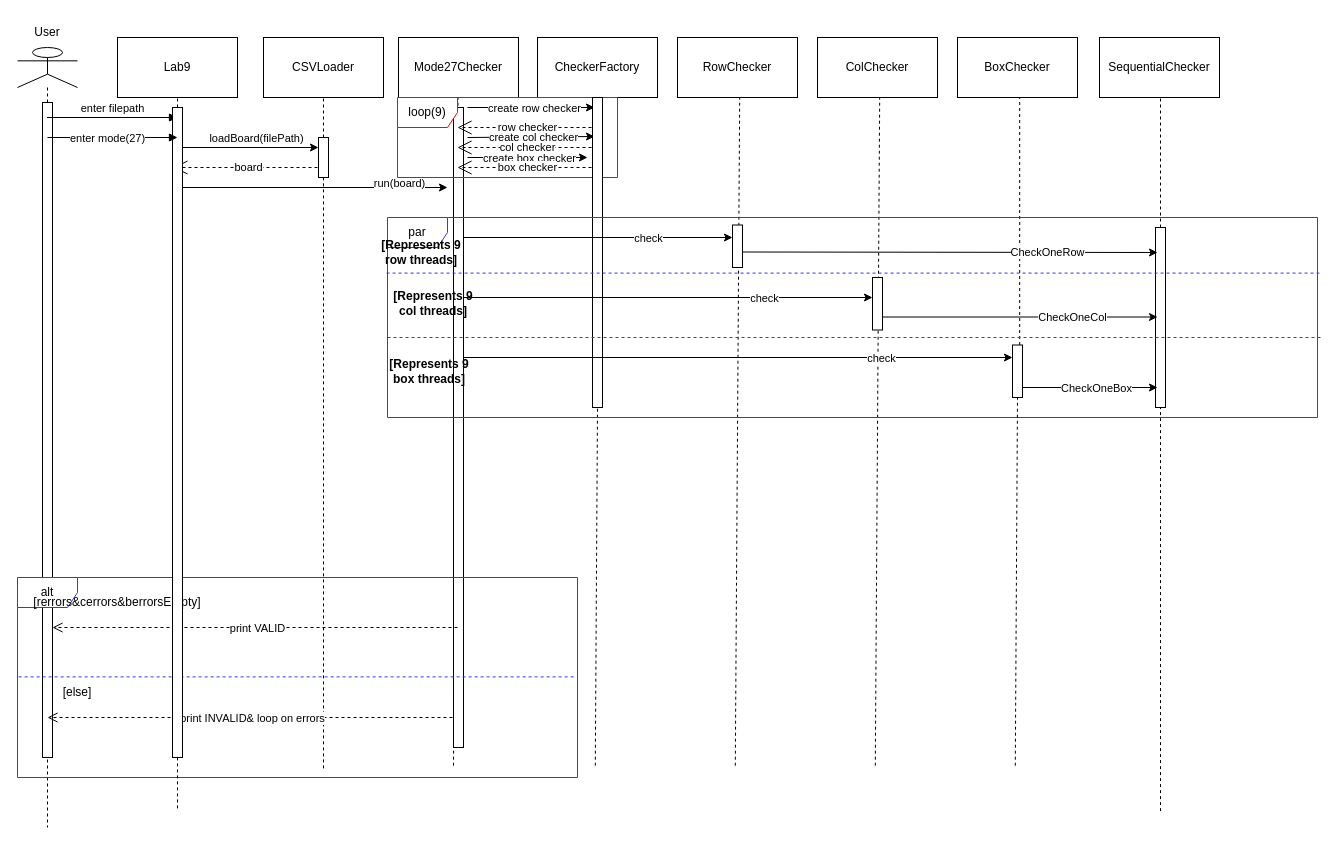
asmaa580/Lab9 keeps this draw.io diagram as mode27.drawio. Above is the earlier version. Source tidied: cells renumbered, new cells numbered last; positions are measured from the earlier drawing's top-left corner, leaving out a move shared by most shapes. Both pictures are drawn from the tidied source at 100%, with x=0, y=0 at pixel (17, 17).
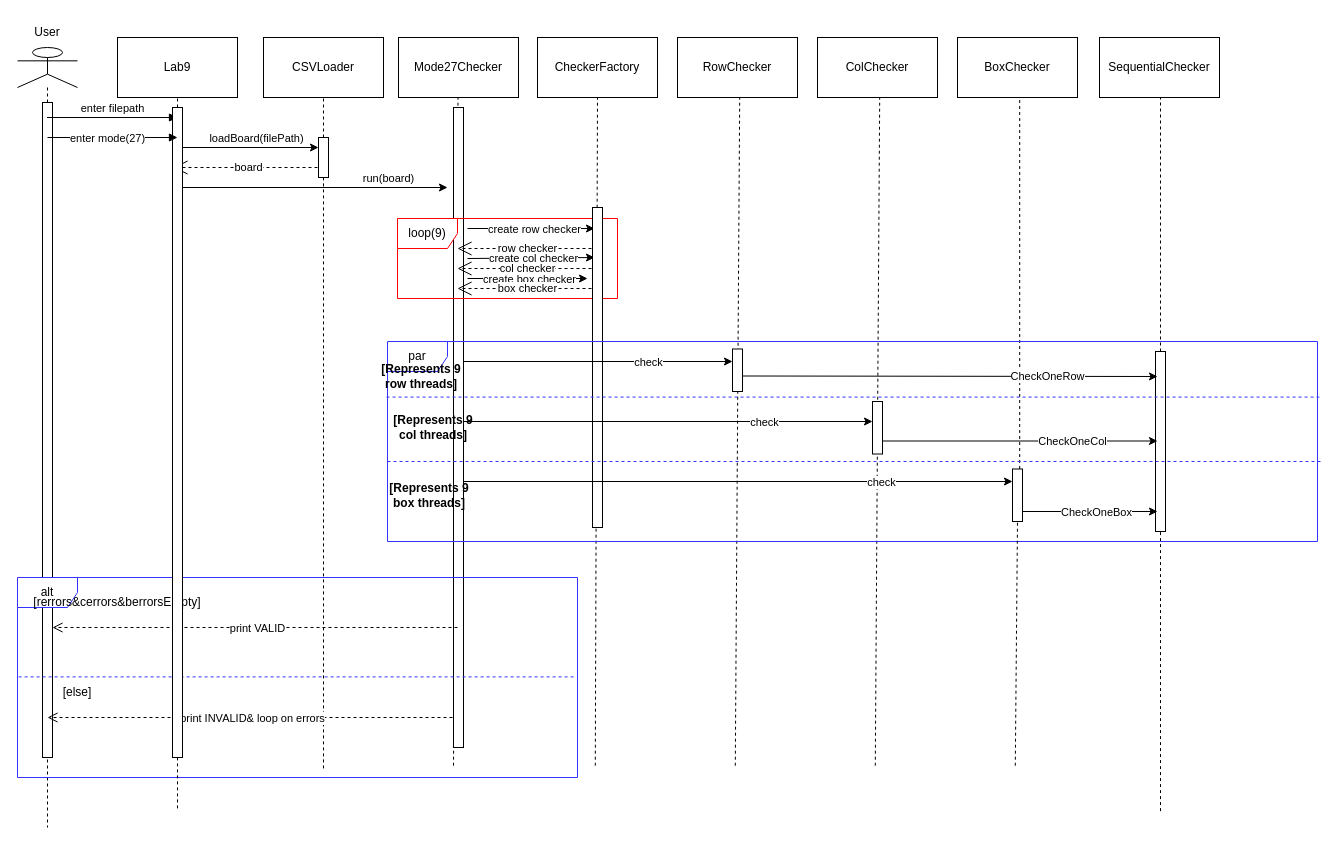
After the change.

Unchanged cells that the change refers to:
```xml
<mxCell id="8" style="endArrow=classic;html=1;rounded=0;" parent="1" edge="1">
  <mxGeometry relative="1" as="geometry">
    <mxPoint x="160" y="170" as="sourcePoint" />
    <mxPoint x="430" y="170" as="targetPoint" />
  </mxGeometry>
</mxCell>
<mxCell id="33" value="CheckerFactory" style="rounded=0;whiteSpace=wrap;html=1;" parent="1" vertex="1">
  <mxGeometry x="520" y="20" width="120" height="60" as="geometry" />
</mxCell>
```

The edit, as a diff of the source:
```diff
@@
     <mxCell id="9" value="run(board)" style="edgeLabel;html=1;align=center;verticalAlign=middle;" parent="8" vertex="1">
       <mxGeometry x="0.49" y="1" relative="1" as="geometry">
-        <mxPoint x="20" y="-4" as="offset" />
+        <mxPoint x="9" y="-9" as="offset" />
       </mxGeometry>
     </mxCell>
@@
     <mxCell id="32" style="html=1;points=[[0,0,0,0,5],[0,1,0,0,-5],[1,0,0,0,5],[1,1,0,0,-5]];perimeter=orthogonalPerimeter;outlineConnect=0;targetShapes=umlLifeline;portConstraint=eastwest;newEdgeStyle={&quot;curved&quot;:0,&quot;rounded&quot;:0};" parent="1" vertex="1">
-      <mxGeometry x="1138" y="210" width="10" height="180" as="geometry" />
+      <mxGeometry x="1138" y="334" width="10" height="180" as="geometry" />
     </mxCell>
@@
-    <mxCell id="37" style="endArrow=none;dashed=1;html=1;rounded=0;entryX=0.5;entryY=1;entryDx=0;entryDy=0;" parent="1" edge="1" source="52">
+    <mxCell id="37" style="endArrow=none;dashed=1;html=1;rounded=0;entryX=0.5;entryY=1;entryDx=0;entryDy=0;" parent="1" edge="1">
       <mxGeometry relative="1" as="geometry">
-        <mxPoint x="582.2" y="80" as="targetPoint" />
+        <mxPoint x="582.2" y="201" as="sourcePoint" />
+        <mxPoint x="582.2" y="201" as="targetPoint" />
       </mxGeometry>
     </mxCell>
@@
     <mxCell id="41" style="endArrow=classic;html=1;rounded=0;" parent="1" edge="1">
       <mxGeometry relative="1" as="geometry">
-        <mxPoint x="450" y="90" as="sourcePoint" />
-        <mxPoint x="577" y="90" as="targetPoint" />
+        <mxPoint x="450" y="211" as="sourcePoint" />
+        <mxPoint x="577" y="211" as="targetPoint" />
       </mxGeometry>
     </mxCell>
@@
     <mxCell id="43" value="row checker" style="endArrow=open;endSize=12;dashed=1;html=1;rounded=0;" parent="1" edge="1">
       <mxGeometry relative="1" as="geometry">
-        <mxPoint x="580" y="110" as="sourcePoint" />
-        <mxPoint x="440" y="110" as="targetPoint" />
+        <mxPoint x="580" y="231" as="sourcePoint" />
+        <mxPoint x="440" y="231" as="targetPoint" />
       </mxGeometry>
     </mxCell>
     <mxCell id="44" style="endArrow=classic;html=1;rounded=0;" parent="1" edge="1">
       <mxGeometry relative="1" as="geometry">
-        <mxPoint x="450" y="120" as="sourcePoint" />
-        <mxPoint x="577" y="119" as="targetPoint" />
+        <mxPoint x="450" y="241" as="sourcePoint" />
+        <mxPoint x="577" y="240" as="targetPoint" />
       </mxGeometry>
     </mxCell>
@@
     <mxCell id="46" value="col checker" style="endArrow=open;endSize=12;dashed=1;html=1;rounded=0;" parent="1" edge="1">
       <mxGeometry relative="1" as="geometry">
-        <mxPoint x="580" y="130" as="sourcePoint" />
-        <mxPoint x="440" y="130" as="targetPoint" />
+        <mxPoint x="580" y="251" as="sourcePoint" />
+        <mxPoint x="440" y="251" as="targetPoint" />
       </mxGeometry>
     </mxCell>
     <mxCell id="47" style="endArrow=classic;html=1;rounded=0;" parent="1" edge="1">
       <mxGeometry relative="1" as="geometry">
-        <mxPoint x="450" y="140" as="sourcePoint" />
-        <mxPoint x="570" y="140" as="targetPoint" />
+        <mxPoint x="450" y="261" as="sourcePoint" />
+        <mxPoint x="570" y="261" as="targetPoint" />
       </mxGeometry>
     </mxCell>
@@
     <mxCell id="49" value="box checker" style="endArrow=open;endSize=12;dashed=1;html=1;rounded=0;" parent="1" edge="1">
       <mxGeometry relative="1" as="geometry">
-        <mxPoint x="580" y="150" as="sourcePoint" />
-        <mxPoint x="440" y="150" as="targetPoint" />
+        <mxPoint x="580" y="271" as="sourcePoint" />
+        <mxPoint x="440" y="271" as="targetPoint" />
       </mxGeometry>
     </mxCell>
     <mxCell id="50" value="loop(9)" style="shape=umlFrame;whiteSpace=wrap;html=1;strokeColor=#FF0000;" parent="1" vertex="1">
-      <mxGeometry x="380" y="80" width="220" height="80" as="geometry" />
+      <mxGeometry x="380" y="201" width="220" height="80" as="geometry" />
     </mxCell>
-    <mxCell id="51" style="endArrow=none;dashed=1;html=1;rounded=0;entryX=0.5;entryY=1;entryDx=0;entryDy=0;" parent="1" edge="1" target="52">
+    <mxCell id="51" style="endArrow=none;dashed=1;html=1;rounded=0;entryX=0.5;entryY=1;entryDx=0;entryDy=0;" parent="1" edge="1" target="33">
       <mxGeometry relative="1" as="geometry">
         <mxPoint x="577.8" y="748.2" as="sourcePoint" />
       </mxGeometry>
     </mxCell>
     <mxCell id="52" style="html=1;points=[[0,0,0,0,5],[0,1,0,0,-5],[1,0,0,0,5],[1,1,0,0,-5]];perimeter=orthogonalPerimeter;outlineConnect=0;targetShapes=umlLifeline;portConstraint=eastwest;newEdgeStyle={&quot;curved&quot;:0,&quot;rounded&quot;:0};" parent="1" vertex="1">
-      <mxGeometry x="575" y="80" width="10" height="310" as="geometry" />
+      <mxGeometry x="575" y="190" width="10" height="320" as="geometry" />
     </mxCell>
     <mxCell id="53" value="par" style="shape=umlFrame;whiteSpace=wrap;html=1;strokeColor=#3333FF;" parent="1" vertex="1">
-      <mxGeometry x="370" y="200" width="930" height="200" as="geometry" />
+      <mxGeometry x="370" y="324" width="930" height="200" as="geometry" />
     </mxCell>
     <mxCell id="54" style="html=1;perimeter=orthogonalPerimeter;targetShapes=umlLifeline;newEdgeStyle={&quot;curved&quot;:0,&quot;rounded&quot;:0};" parent="1" vertex="1">
-      <mxGeometry x="715" y="207.5" width="10" height="42.5" as="geometry" />
+      <mxGeometry x="715" y="331.5" width="10" height="42.5" as="geometry" />
     </mxCell>
     <mxCell id="55" style="endArrow=classic;html=1;rounded=0;entryX=0;entryY=0;entryDx=0;entryDy=5;entryPerimeter=0;" parent="1" edge="1">
       <mxGeometry relative="1" as="geometry">
-        <mxPoint x="446" y="220" as="sourcePoint" />
-        <mxPoint x="715" y="220" as="targetPoint" />
+        <mxPoint x="446" y="344" as="sourcePoint" />
+        <mxPoint x="715" y="344" as="targetPoint" />
       </mxGeometry>
     </mxCell>
@@
     <mxCell id="57" style="endArrow=classic;html=1;rounded=0;" parent="1" edge="1">
       <mxGeometry relative="1" as="geometry">
-        <mxPoint x="445.5" y="280" as="sourcePoint" />
-        <mxPoint x="855" y="280" as="targetPoint" />
+        <mxPoint x="445.5" y="404" as="sourcePoint" />
+        <mxPoint x="855" y="404" as="targetPoint" />
       </mxGeometry>
     </mxCell>
@@
     <mxCell id="59" style="html=1;perimeter=orthogonalPerimeter;targetShapes=umlLifeline;newEdgeStyle={&quot;curved&quot;:0,&quot;rounded&quot;:0};" parent="1" vertex="1">
-      <mxGeometry x="855" y="260" width="10" height="52.5" as="geometry" />
+      <mxGeometry x="855" y="384" width="10" height="52.5" as="geometry" />
     </mxCell>
@@
     <mxCell id="61" style="html=1;points=[[0,0,0,0,5],[0,1,0,0,-5],[1,0,0,0,5],[1,1,0,0,-5]];perimeter=orthogonalPerimeter;outlineConnect=0;targetShapes=umlLifeline;portConstraint=eastwest;newEdgeStyle={&quot;curved&quot;:0,&quot;rounded&quot;:0};" parent="1" vertex="1">
-      <mxGeometry x="995" y="327.5" width="10" height="52.5" as="geometry" />
+      <mxGeometry x="995" y="451.5" width="10" height="52.5" as="geometry" />
     </mxCell>
     <mxCell id="62" style="endArrow=classic;html=1;rounded=0;" parent="1" edge="1" target="61">
       <mxGeometry relative="1" as="geometry">
-        <mxPoint x="446" y="340" as="sourcePoint" />
+        <mxPoint x="446" y="464" as="sourcePoint" />
       </mxGeometry>
     </mxCell>
@@
     <mxCell id="64" style="endArrow=classic;html=1;rounded=0;" parent="1" edge="1">
       <mxGeometry relative="1" as="geometry">
-        <mxPoint x="725" y="234.5" as="sourcePoint" />
-        <mxPoint x="1140" y="235" as="targetPoint" />
+        <mxPoint x="725" y="358.5" as="sourcePoint" />
+        <mxPoint x="1140" y="359" as="targetPoint" />
       </mxGeometry>
     </mxCell>
@@
     <mxCell id="66" style="endArrow=classic;html=1;rounded=0;" parent="1" edge="1">
       <mxGeometry relative="1" as="geometry">
-        <mxPoint x="865" y="299.5" as="sourcePoint" />
-        <mxPoint x="1140" y="299.5" as="targetPoint" />
+        <mxPoint x="865" y="423.5" as="sourcePoint" />
+        <mxPoint x="1140" y="423.5" as="targetPoint" />
       </mxGeometry>
     </mxCell>
@@
     <mxCell id="68" style="endArrow=classic;html=1;rounded=0;" parent="1" edge="1">
       <mxGeometry relative="1" as="geometry">
-        <mxPoint x="1005.5" y="370" as="sourcePoint" />
-        <mxPoint x="1140" y="370" as="targetPoint" />
+        <mxPoint x="1005.5" y="494" as="sourcePoint" />
+        <mxPoint x="1140" y="494" as="targetPoint" />
       </mxGeometry>
     </mxCell>
@@
     <mxCell id="71" style="endArrow=none;dashed=1;html=1;rounded=0;exitX=-0.001;exitY=0.278;exitDx=0;exitDy=0;exitPerimeter=0;entryX=1.002;entryY=0.278;entryDx=0;entryDy=0;entryPerimeter=0;strokeColor=#3333FF;" parent="1" edge="1">
       <mxGeometry relative="1" as="geometry">
-        <mxPoint x="370" y="320" as="sourcePoint" />
-        <mxPoint x="1303" y="320" as="targetPoint" />
+        <mxPoint x="370" y="444" as="sourcePoint" />
+        <mxPoint x="1303" y="444" as="targetPoint" />
       </mxGeometry>
     </mxCell>
     <mxCell id="72" value="&lt;b&gt;[Represents 9 row threads]&lt;/b&gt;" style="text;html=1;whiteSpace=wrap;strokeColor=none;fillColor=none;align=center;verticalAlign=middle;rounded=0;" parent="1" vertex="1">
-      <mxGeometry x="358" y="220" width="92" height="30" as="geometry" />
+      <mxGeometry x="358" y="344" width="92" height="30" as="geometry" />
     </mxCell>
     <mxCell id="73" value="&lt;b&gt;[Represents 9 col threads]&lt;/b&gt;" style="text;html=1;whiteSpace=wrap;strokeColor=none;fillColor=none;align=center;verticalAlign=middle;rounded=0;" parent="1" vertex="1">
-      <mxGeometry x="370" y="271.2" width="92" height="30" as="geometry" />
+      <mxGeometry x="370" y="395.2" width="92" height="30" as="geometry" />
     </mxCell>
     <mxCell id="74" value="&lt;b&gt;[Represents 9 box threads]&lt;/b&gt;" style="text;html=1;whiteSpace=wrap;strokeColor=none;fillColor=none;align=center;verticalAlign=middle;rounded=0;" parent="1" vertex="1">
-      <mxGeometry x="366" y="338.8" width="92" height="30" as="geometry" />
+      <mxGeometry x="366" y="462.8" width="92" height="30" as="geometry" />
     </mxCell>
```
